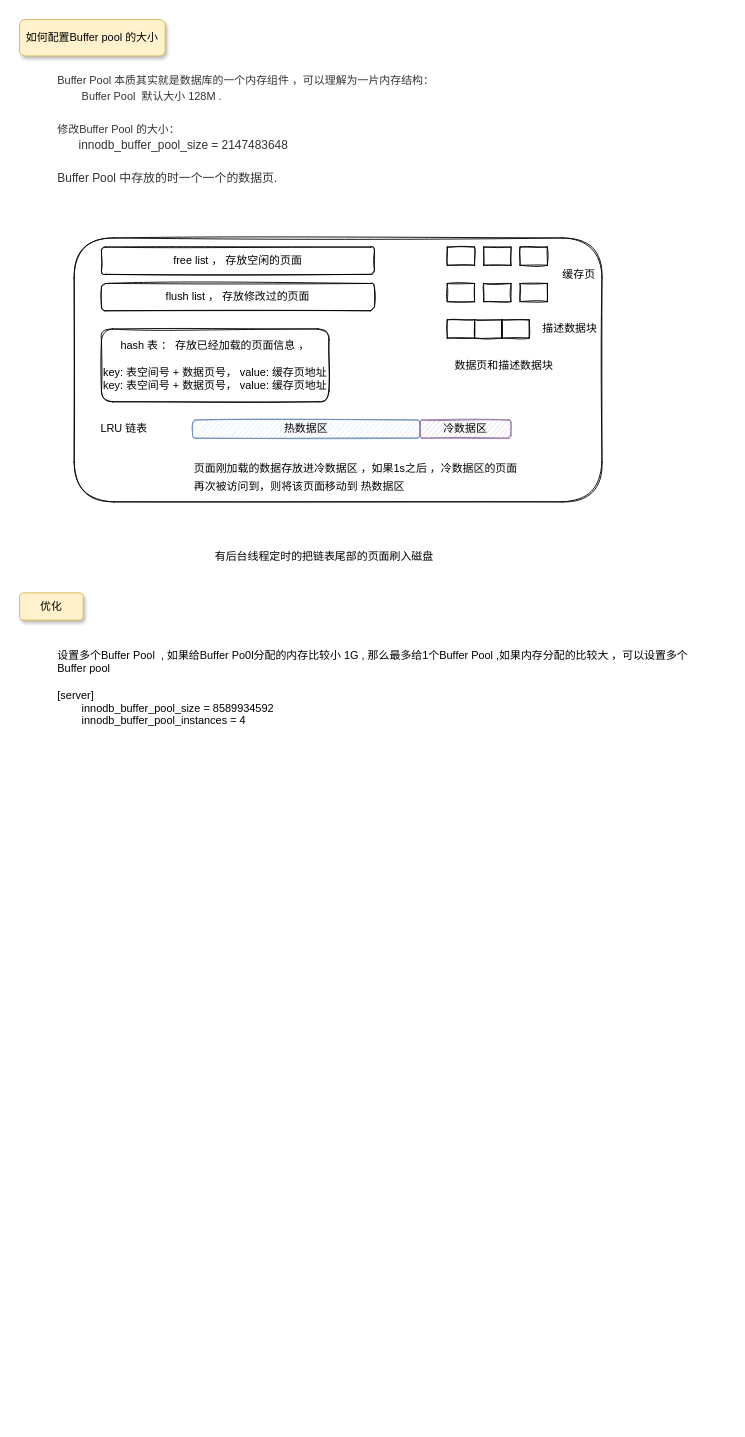
Above: page "Buffer Pool" (2 of 2) of mysql 实战优化 .drawio in topyuluo/photo-project (draw.io), before the change. Source tidied: cells renumbered, new cells numbered last; positions are measured from the earlier drawing's top-left corner, leaving out a move shared by most shapes. Both pictures are drawn from the tidied source at 91%, with x=0, y=0 at pixel (19, 19).
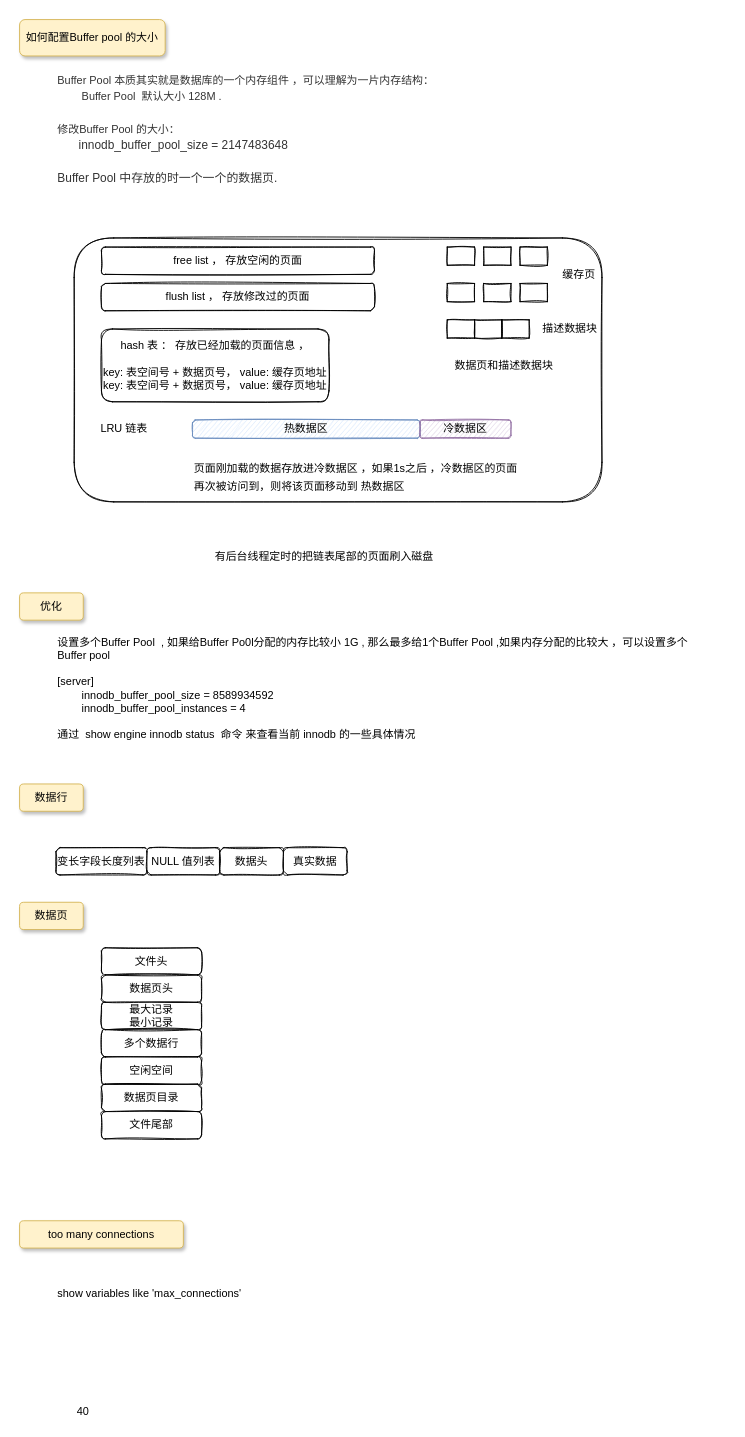
Above is the later version.

Commit message:
更新mysql 实战优化 .drawio

Change to the diagram source:
```diff
@@
-    <mxCell id="26" value="设置多个Buffer Pool&amp;nbsp; , 如果给Buffer Po0l分配的内存比较小 1G , 那么最多给1个Buffer Pool ,如果内存分配的比较大 ，可以设置多个 Buffer pool&amp;nbsp;&lt;br&gt;&lt;br&gt;&lt;div&gt;[server]&lt;/div&gt;&lt;div&gt;&lt;span&gt;&lt;/span&gt;&amp;nbsp; &amp;nbsp; &amp;nbsp; &amp;nbsp; innodb_buffer_pool_size = 8589934592&lt;/div&gt;&lt;div&gt;&lt;span&gt;&lt;/span&gt;&amp;nbsp; &amp;nbsp; &amp;nbsp; &amp;nbsp; innodb_buffer_pool_instances = 4&lt;/div&gt;" style="text;html=1;strokeColor=none;fillColor=none;align=left;verticalAlign=middle;whiteSpace=wrap;rounded=0;sketch=1;" parent="1" vertex="1">
+    <mxCell id="26" value="设置多个Buffer Pool&amp;nbsp; , 如果给Buffer Po0l分配的内存比较小 1G , 那么最多给1个Buffer Pool ,如果内存分配的比较大 ，可以设置多个 Buffer pool&amp;nbsp;&lt;br&gt;&lt;br&gt;&lt;div&gt;[server]&lt;/div&gt;&lt;div&gt;&lt;span&gt;&lt;/span&gt;&amp;nbsp; &amp;nbsp; &amp;nbsp; &amp;nbsp; innodb_buffer_pool_size = 8589934592&lt;/div&gt;&lt;div&gt;&lt;span&gt;&lt;/span&gt;&amp;nbsp; &amp;nbsp; &amp;nbsp; &amp;nbsp; innodb_buffer_pool_instances = 4&lt;/div&gt;&lt;div&gt;&lt;br&gt;&lt;/div&gt;&lt;div&gt;通过&amp;nbsp; show engine innodb status&amp;nbsp; 命令 来查看当前 innodb 的一些具体情况&lt;/div&gt;" style="text;html=1;strokeColor=none;fillColor=none;align=left;verticalAlign=middle;whiteSpace=wrap;rounded=0;sketch=1;" parent="1" vertex="1">
       <mxGeometry x="40" y="680" width="700" height="110" as="geometry" />
     </mxCell>
+    <mxCell id="27" value="变长字段长度列表" style="rounded=1;whiteSpace=wrap;html=1;sketch=1;align=left;" parent="1" vertex="1">
+      <mxGeometry x="40" y="910" width="100" height="30" as="geometry" />
+    </mxCell>
+    <mxCell id="28" value="NULL 值列表" style="rounded=1;whiteSpace=wrap;html=1;sketch=1;align=center;" parent="1" vertex="1">
+      <mxGeometry x="140" y="910" width="80" height="30" as="geometry" />
+    </mxCell>
+    <mxCell id="29" value="数据头" style="rounded=1;whiteSpace=wrap;html=1;sketch=1;align=center;" parent="1" vertex="1">
+      <mxGeometry x="220" y="910" width="70" height="30" as="geometry" />
+    </mxCell>
+    <mxCell id="30" value="真实数据" style="rounded=1;whiteSpace=wrap;html=1;sketch=1;align=center;" parent="1" vertex="1">
+      <mxGeometry x="290" y="910" width="70" height="30" as="geometry" />
+    </mxCell>
+    <mxCell id="31" value="数据行" style="rounded=1;whiteSpace=wrap;html=1;shadow=1;fillColor=#fff2cc;strokeColor=#d6b656;" parent="1" vertex="1">
+      <mxGeometry y="840" width="70" height="30" as="geometry" />
+    </mxCell>
+    <mxCell id="32" value="数据页" style="rounded=1;whiteSpace=wrap;html=1;shadow=1;fillColor=#fff2cc;strokeColor=#d6b656;" parent="1" vertex="1">
+      <mxGeometry y="970" width="70" height="30" as="geometry" />
+    </mxCell>
+    <mxCell id="33" value="文件头" style="rounded=1;whiteSpace=wrap;html=1;sketch=1;align=center;" parent="1" vertex="1">
+      <mxGeometry x="90" y="1020" width="110" height="30" as="geometry" />
+    </mxCell>
+    <mxCell id="34" value="数据页头" style="rounded=1;whiteSpace=wrap;html=1;sketch=1;align=center;" parent="1" vertex="1">
+      <mxGeometry x="90" y="1050" width="110" height="30" as="geometry" />
+    </mxCell>
+    <mxCell id="35" value="最大记录&lt;br&gt;最小记录" style="rounded=1;whiteSpace=wrap;html=1;sketch=1;align=center;" parent="1" vertex="1">
+      <mxGeometry x="90" y="1080" width="110" height="30" as="geometry" />
+    </mxCell>
+    <mxCell id="36" value="多个数据行" style="rounded=1;whiteSpace=wrap;html=1;sketch=1;align=center;" parent="1" vertex="1">
+      <mxGeometry x="90" y="1110" width="110" height="30" as="geometry" />
+    </mxCell>
+    <mxCell id="37" value="空闲空间" style="rounded=1;whiteSpace=wrap;html=1;sketch=1;align=center;" parent="1" vertex="1">
+      <mxGeometry x="90" y="1140" width="110" height="30" as="geometry" />
+    </mxCell>
+    <mxCell id="38" value="数据页目录" style="rounded=1;whiteSpace=wrap;html=1;sketch=1;align=center;" parent="1" vertex="1">
+      <mxGeometry x="90" y="1170" width="110" height="30" as="geometry" />
+    </mxCell>
+    <mxCell id="39" value="文件尾部" style="rounded=1;whiteSpace=wrap;html=1;sketch=1;align=center;" parent="1" vertex="1">
+      <mxGeometry x="90" y="1200" width="110" height="30" as="geometry" />
+    </mxCell>
+    <mxCell id="40" value="too many connections" style="rounded=1;whiteSpace=wrap;html=1;shadow=1;fillColor=#fff2cc;strokeColor=#d6b656;" parent="1" vertex="1">
+      <mxGeometry y="1320" width="180" height="30" as="geometry" />
+    </mxCell>
+    <mxCell id="41" value="show variables like 'max_connections'" style="text;html=1;strokeColor=none;fillColor=none;align=left;verticalAlign=middle;whiteSpace=wrap;rounded=0;sketch=1;" parent="1" vertex="1">
+      <mxGeometry x="40" y="1380" width="530" height="40" as="geometry" />
+    </mxCell>
+    <mxCell id="42" value="40" style="text;html=1;strokeColor=none;fillColor=none;align=center;verticalAlign=middle;whiteSpace=wrap;rounded=0;sketch=1;" parent="1" vertex="1">
+      <mxGeometry x="50" y="1520" width="40" height="20" as="geometry" />
+    </mxCell>
```
